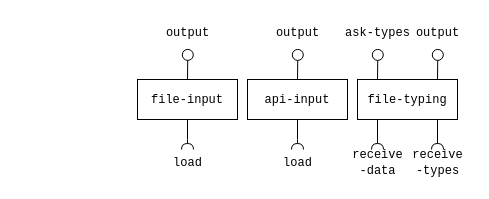
mundorum-lab/datasci keeps this draw.io diagram as modules/data/images/Data.drawio. Above is the earlier version. Source tidied: cells renumbered, new cells numbered last; positions are measured from the earlier drawing's top-left corner, leaving out a move shared by most shapes. Both pictures are drawn from the tidied source at 100%, with x=0, y=0 at pixel (127, 17).
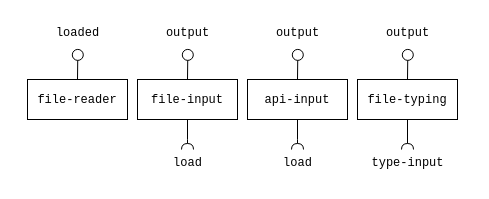
After the change.

Change to the diagram source:
```diff
@@
     <mxCell id="12" style="edgeStyle=orthogonalEdgeStyle;rounded=0;orthogonalLoop=1;jettySize=auto;html=1;startArrow=none;startFill=0;endArrow=halfCircle;endFill=0;endSize=4;" parent="1" edge="1">
       <mxGeometry relative="1" as="geometry">
-        <mxPoint x="250" y="102" as="sourcePoint" />
-        <mxPoint x="250" y="132" as="targetPoint" />
+        <mxPoint x="280" y="102" as="sourcePoint" />
+        <mxPoint x="280" y="132" as="targetPoint" />
       </mxGeometry>
     </mxCell>
-    <mxCell id="13" style="edgeStyle=orthogonalEdgeStyle;rounded=0;orthogonalLoop=1;jettySize=auto;html=1;exitX=0.5;exitY=0;exitDx=0;exitDy=0;entryX=0.506;entryY=1.181;entryDx=0;entryDy=0;entryPerimeter=0;endArrow=oval;endFill=0;endSize=11;" parent="1" edge="1">
-      <mxGeometry relative="1" as="geometry">
-        <mxPoint x="310" y="62" as="sourcePoint" />
-        <mxPoint x="310.3" y="37.4" as="targetPoint" />
-      </mxGeometry>
-    </mxCell>
@@
-    <mxCell id="15" value="&lt;div&gt;&lt;font face=&quot;Courier New&quot;&gt;receive&lt;/font&gt;&lt;/div&gt;&lt;div&gt;&lt;font face=&quot;Courier New&quot;&gt;-data&lt;/font&gt;&lt;/div&gt;" style="text;html=1;align=center;verticalAlign=middle;strokeColor=none;fillColor=none;" parent="1" vertex="1">
-      <mxGeometry x="215" y="125" width="70" height="40" as="geometry" />
+    <mxCell id="15" value="&lt;font face=&quot;Courier New&quot;&gt;type-input&lt;/font&gt;" style="text;html=1;align=center;verticalAlign=middle;strokeColor=none;fillColor=none;" parent="1" vertex="1">
+      <mxGeometry x="230" y="130" width="100" height="30" as="geometry" />
     </mxCell>
-    <mxCell id="16" value="&lt;font face=&quot;Courier New&quot;&gt;output&lt;/font&gt;" style="text;html=1;align=center;verticalAlign=middle;strokeColor=none;fillColor=none;" parent="1" vertex="1">
-      <mxGeometry x="275" width="70" height="30" as="geometry" />
-    </mxCell>
-    <mxCell id="17" style="edgeStyle=orthogonalEdgeStyle;rounded=0;orthogonalLoop=1;jettySize=auto;html=1;startArrow=none;startFill=0;endArrow=halfCircle;endFill=0;endSize=4;" parent="1" edge="1">
-      <mxGeometry relative="1" as="geometry">
-        <mxPoint x="310" y="102" as="sourcePoint" />
-        <mxPoint x="310" y="132" as="targetPoint" />
-      </mxGeometry>
-    </mxCell>
-    <mxCell id="18" value="&lt;div&gt;&lt;font face=&quot;Courier New&quot;&gt;receive&lt;/font&gt;&lt;/div&gt;&lt;div&gt;&lt;font face=&quot;Courier New&quot;&gt;-types&lt;br&gt;&lt;/font&gt;&lt;/div&gt;" style="text;html=1;align=center;verticalAlign=middle;strokeColor=none;fillColor=none;" parent="1" vertex="1">
-      <mxGeometry x="275" y="125" width="70" height="40" as="geometry" />
-    </mxCell>
@@
     <mxCell id="20" style="edgeStyle=orthogonalEdgeStyle;rounded=0;orthogonalLoop=1;jettySize=auto;html=1;exitX=0.5;exitY=0;exitDx=0;exitDy=0;entryX=0.506;entryY=1.181;entryDx=0;entryDy=0;entryPerimeter=0;endArrow=oval;endFill=0;endSize=11;" parent="1" edge="1">
       <mxGeometry relative="1" as="geometry">
-        <mxPoint x="250" y="62" as="sourcePoint" />
-        <mxPoint x="250.3" y="37.4" as="targetPoint" />
+        <mxPoint x="280" y="62" as="sourcePoint" />
+        <mxPoint x="280.3" y="37.4" as="targetPoint" />
       </mxGeometry>
     </mxCell>
-    <mxCell id="21" value="&lt;font face=&quot;Courier New&quot;&gt;ask-types&lt;/font&gt;" style="text;html=1;align=center;verticalAlign=middle;strokeColor=none;fillColor=none;" parent="1" vertex="1">
-      <mxGeometry x="205" width="90" height="30" as="geometry" />
+    <mxCell id="21" value="&lt;font face=&quot;Courier New&quot;&gt;output&lt;/font&gt;" style="text;html=1;align=center;verticalAlign=middle;strokeColor=none;fillColor=none;" parent="1" vertex="1">
+      <mxGeometry x="245" width="70" height="30" as="geometry" />
     </mxCell>
+    <mxCell id="22" value="&lt;div&gt;&lt;font face=&quot;Courier New&quot;&gt;file-reader&lt;/font&gt;&lt;/div&gt;" style="rounded=0;whiteSpace=wrap;html=1;" parent="1" vertex="1">
+      <mxGeometry x="-100" y="62" width="100" height="40" as="geometry" />
+    </mxCell>
+    <mxCell id="23" value="Text" style="text;html=1;strokeColor=none;fillColor=none;align=center;verticalAlign=middle;whiteSpace=wrap;rounded=0;fontColor=none;noLabel=1;" parent="1" vertex="1">
+      <mxGeometry x="-110" y="30" width="60" height="30" as="geometry" />
+    </mxCell>
+    <mxCell id="24" style="edgeStyle=orthogonalEdgeStyle;rounded=0;orthogonalLoop=1;jettySize=auto;html=1;exitX=0.5;exitY=0;exitDx=0;exitDy=0;entryX=0.506;entryY=1.181;entryDx=0;entryDy=0;entryPerimeter=0;endArrow=oval;endFill=0;endSize=11;" parent="1" edge="1">
+      <mxGeometry relative="1" as="geometry">
+        <mxPoint x="-50" y="62" as="sourcePoint" />
+        <mxPoint x="-49.7" y="37.4" as="targetPoint" />
+      </mxGeometry>
+    </mxCell>
+    <mxCell id="25" value="&lt;font face=&quot;Courier New&quot;&gt;loaded&lt;/font&gt;" style="text;html=1;align=center;verticalAlign=middle;strokeColor=none;fillColor=none;" parent="1" vertex="1">
+      <mxGeometry x="-85" width="70" height="30" as="geometry" />
+    </mxCell>
+    <mxCell id="26" value="Text" style="text;html=1;strokeColor=none;fillColor=none;align=center;verticalAlign=middle;whiteSpace=wrap;rounded=0;fontColor=none;noLabel=1;" parent="1" vertex="1">
+      <mxGeometry x="280" y="70" width="60" height="30" as="geometry" />
+    </mxCell>
```
